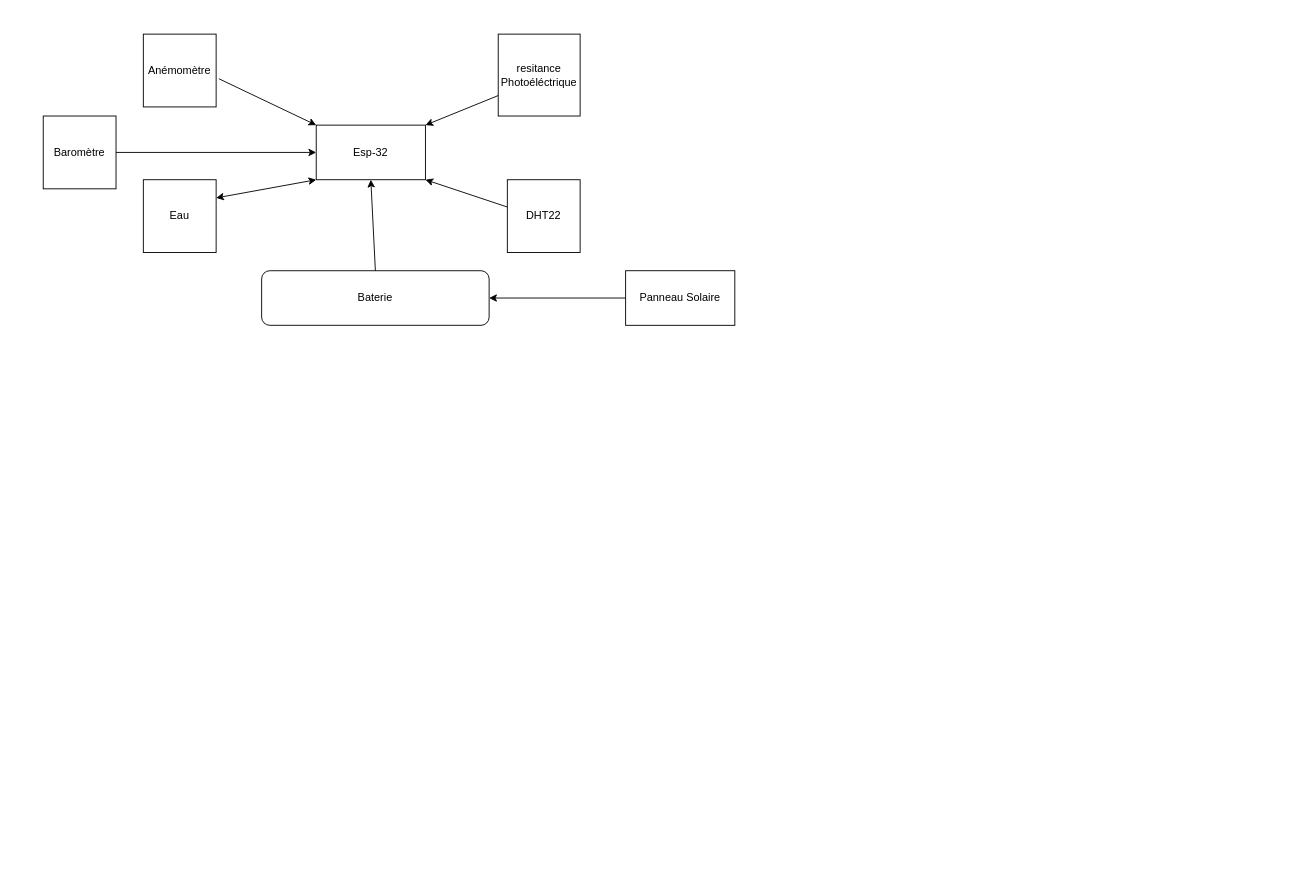
Above: Diagramme sans nom.drawio in ALexandreGr17/StationMeteo (draw.io), before the change. Source tidied: cells renumbered, new cells numbered last; positions are measured from the earlier drawing's top-left corner, leaving out a move shared by most shapes. Both pictures are drawn from the tidied source at 91%, with x=0, y=0 at pixel (43, 34).
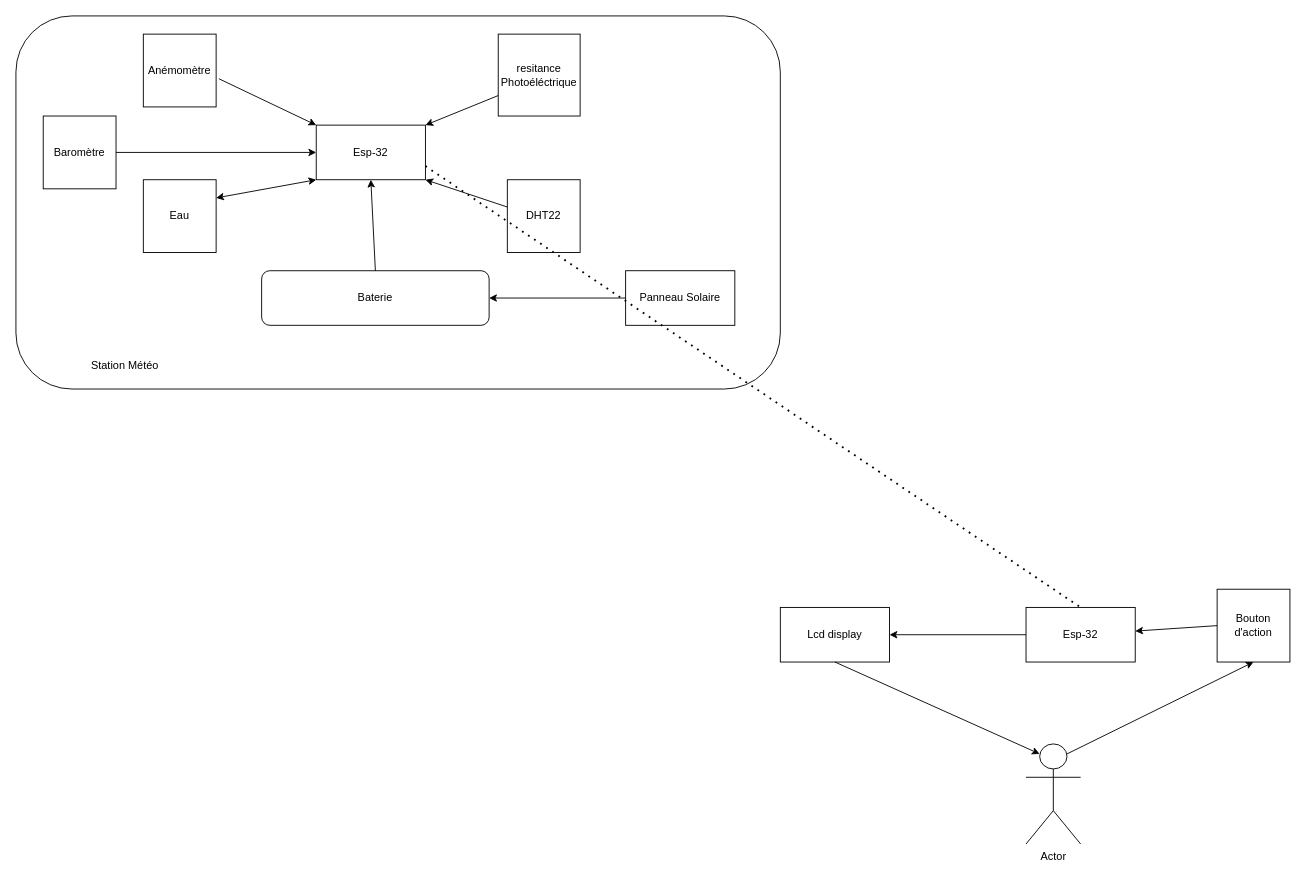
After the change.

Commit message:
Mettre à jour Diagramme sans nom.drawio

Unchanged cells that the change refers to:
```xml
<mxCell id="2" value="Esp-32" style="rounded=0;whiteSpace=wrap;html=1;" parent="1" vertex="1">
  <mxGeometry x="300" y="100" width="120" height="60" as="geometry" />
</mxCell>
```

Diff of the diagram source:
```diff
@@
+    <mxCell id="17" style="rounded=1;whiteSpace=wrap;html=1;" parent="1" vertex="1">
+      <mxGeometry x="-30" y="-20" width="840" height="410" as="geometry" />
+    </mxCell>
@@
+    <mxCell id="18" value="Station Météo" style="text;html=1;strokeColor=none;fillColor=none;align=center;verticalAlign=middle;whiteSpace=wrap;rounded=0;" parent="1" vertex="1">
+      <mxGeometry x="20" y="350" width="140" height="30" as="geometry" />
+    </mxCell>
+    <mxCell id="19" value="Esp-32" style="rounded=0;whiteSpace=wrap;html=1;" parent="1" vertex="1">
+      <mxGeometry x="1080" y="630" width="120" height="60" as="geometry" />
+    </mxCell>
+    <mxCell id="20" value="Lcd display" style="rounded=0;whiteSpace=wrap;html=1;" parent="1" vertex="1">
+      <mxGeometry x="810" y="630" width="120" height="60" as="geometry" />
+    </mxCell>
+    <mxCell id="21" style="endArrow=classic;html=1;rounded=0;exitX=0;exitY=0.5;exitDx=0;exitDy=0;entryX=1;entryY=0.5;entryDx=0;entryDy=0;" parent="1" edge="1" source="19" target="20">
+      <mxGeometry relative="1" as="geometry" />
+    </mxCell>
+    <mxCell id="22" value="Bouton d'action" style="whiteSpace=wrap;html=1;" parent="1" vertex="1">
+      <mxGeometry x="1290" y="610" width="80" height="80" as="geometry" />
+    </mxCell>
+    <mxCell id="23" style="endArrow=classic;html=1;rounded=0;exitX=0;exitY=0.5;exitDx=0;exitDy=0;" parent="1" edge="1" source="22" target="19">
+      <mxGeometry relative="1" as="geometry" />
+    </mxCell>
+    <mxCell id="24" value="Actor" style="shape=umlActor;verticalLabelPosition=bottom;verticalAlign=top;html=1;outlineConnect=0;" parent="1" vertex="1">
+      <mxGeometry x="1080" y="780" width="60" height="110" as="geometry" />
+    </mxCell>
+    <mxCell id="25" style="endArrow=classic;html=1;rounded=0;exitX=0.5;exitY=1;exitDx=0;exitDy=0;entryX=0.25;entryY=0.1;entryDx=0;entryDy=0;entryPerimeter=0;" parent="1" edge="1" source="20" target="24">
+      <mxGeometry relative="1" as="geometry" />
+    </mxCell>
+    <mxCell id="26" style="endArrow=classic;html=1;rounded=0;exitX=0.75;exitY=0.1;exitDx=0;exitDy=0;exitPerimeter=0;entryX=0.5;entryY=1;entryDx=0;entryDy=0;" parent="1" edge="1" source="24" target="22">
+      <mxGeometry relative="1" as="geometry" />
+    </mxCell>
+    <mxCell id="27" style="endArrow=none;dashed=1;html=1;dashPattern=1 3;strokeWidth=2;rounded=0;exitX=1;exitY=0.75;exitDx=0;exitDy=0;entryX=0.5;entryY=0;entryDx=0;entryDy=0;" parent="1" edge="1" source="2" target="19">
+      <mxGeometry relative="1" as="geometry" />
+    </mxCell>
```
